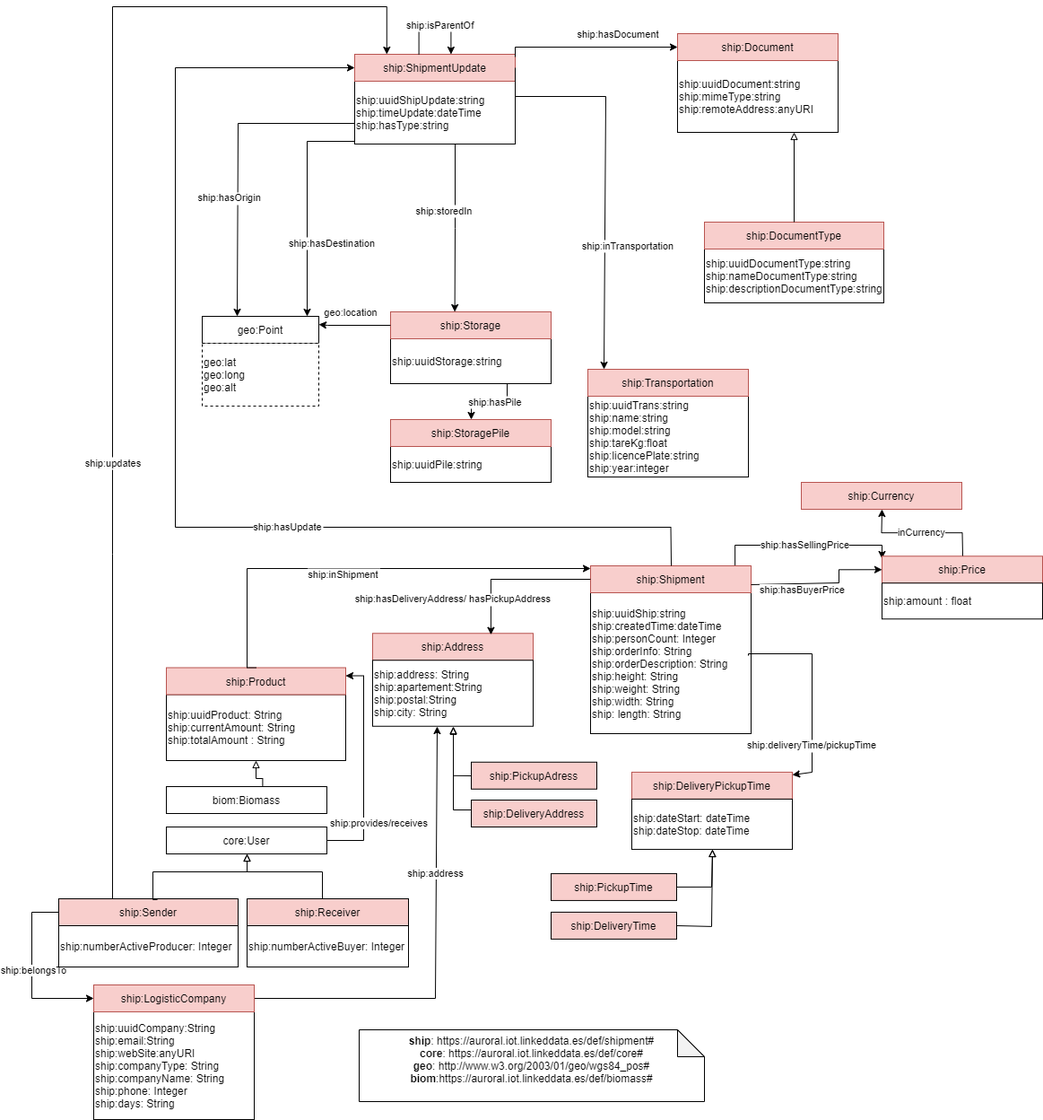
This is diagrams/shipment.png from oeg-upm/auroral-shipmentBiomass-ontology, a draw.io export, as it was before one commit. Source tidied: cells renumbered, new cells last; positions are measured from the earlier drawing's top-left corner, leaving out a move shared by most shapes.
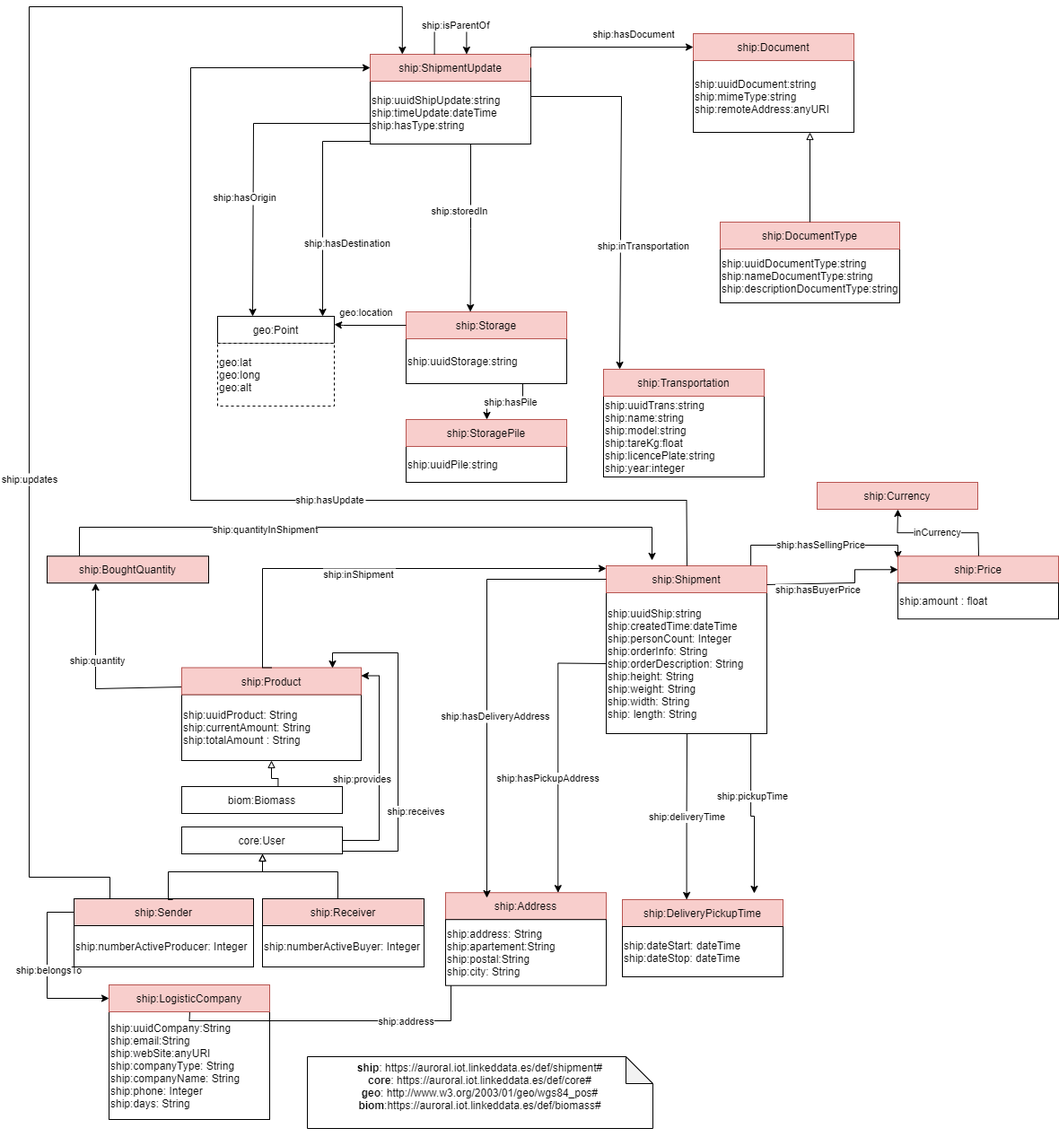
The same file after the commit.

Diff of the diagram source:
```diff
@@ -2,6 +2,36 @@
   <root>
     <mxCell id="0" />
     <mxCell id="1" parent="0" />
+    <mxCell id="70" style="edgeStyle=orthogonalEdgeStyle;rounded=0;jettySize=auto;html=1;entryX=0.7;entryY=0;entryDx=0;entryDy=0;" parent="1" edge="1" source="2" target="48">
+      <mxGeometry relative="1" as="geometry">
+        <Array as="points">
+          <mxPoint x="569" y="732" />
+        </Array>
+      </mxGeometry>
+    </mxCell>
+    <mxCell id="71" value="ship:hasPickupAddress" style="edgeLabel;html=1;align=center;verticalAlign=middle;" parent="70" vertex="1">
+      <mxGeometry x="-0.54" y="-2" relative="1" as="geometry">
+        <mxPoint x="-9.8" y="110.2" as="offset" />
+      </mxGeometry>
+    </mxCell>
+    <mxCell id="72" value="ship:deliveryTime" style="edgeStyle=orthogonalEdgeStyle;rounded=0;jettySize=auto;html=1;entryX=0.4;entryY=0;entryDx=0;entryDy=0;" parent="1" edge="1" source="2" target="55">
+      <mxGeometry relative="1" as="geometry">
+        <Array as="points">
+          <mxPoint x="713" y="902" />
+        </Array>
+      </mxGeometry>
+    </mxCell>
+    <mxCell id="73" style="edgeStyle=orthogonalEdgeStyle;rounded=0;jettySize=auto;html=1;entryX=0.821;entryY=-0.233;entryDx=0;entryDy=0;entryPerimeter=0;exitX=0.9;exitY=1;exitDx=0;exitDy=0;" parent="1" edge="1" source="2" target="55">
+      <mxGeometry relative="1" as="geometry">
+        <Array as="points">
+          <mxPoint x="784" y="902" />
+          <mxPoint x="788" y="902" />
+        </Array>
+      </mxGeometry>
+    </mxCell>
+    <mxCell id="74" value="ship:pickupTime" style="edgeLabel;html=1;align=center;verticalAlign=middle;" parent="73" vertex="1">
+      <mxGeometry x="-0.24" y="1" relative="1" as="geometry" />
+    </mxCell>
     <mxCell id="2" value="ship:uuidShip:string&lt;br&gt;ship:createdTime:dateTime&lt;br&gt;ship:personCount: Integer&lt;br&gt;ship:orderInfo: String&lt;br&gt;ship:orderDescription: String&lt;br&gt;ship:height: String&lt;br&gt;ship:weight: String&lt;br&gt;ship:width: String&lt;br&gt;ship: length: String&lt;br&gt;" style="rounded=0;whiteSpace=wrap;html=1;snapToPoint=1;points=[[0.1,0],[0.2,0],[0.3,0],[0.4,0],[0.5,0],[0.6,0],[0.7,0],[0.8,0],[0.9,0],[0,0.1],[0,0.3],[0,0.5],[0,0.7],[0,0.9],[0.1,1],[0.2,1],[0.3,1],[0.4,1],[0.5,1],[0.6,1],[0.7,1],[0.8,1],[0.9,1],[1,0.1],[1,0.3],[1,0.5],[1,0.7],[1,0.9]];align=left;" parent="1" vertex="1">
       <mxGeometry x="623" y="653" width="179" height="157" as="geometry" />
     </mxCell>
@@ -17,7 +47,7 @@
       <mxGeometry x="623" y="623" width="179" height="30" as="geometry" />
     </mxCell>
     <mxCell id="5" value="&lt;div&gt;&amp;nbsp;&lt;/div&gt;&lt;b&gt;ship&lt;/b&gt;:&amp;nbsp;https://auroral.iot.linkeddata.es/def/shipment#&lt;br&gt;&lt;b&gt;core&lt;/b&gt;:&amp;nbsp;https://auroral.iot.linkeddata.es/def/core#&lt;br&gt;&lt;b&gt;geo&lt;/b&gt;:&amp;nbsp;http://www.w3.org/2003/01/geo/wgs84_pos#&lt;br&gt;&lt;b&gt;biom&lt;/b&gt;:https://auroral.iot.linkeddata.es/def/biomass#&lt;br&gt;&lt;br&gt;&lt;div&gt;&lt;br&gt;&lt;/div&gt;" style="shape=note;whiteSpace=wrap;html=1;backgroundOutline=1;darkOpacity=0.05;" parent="1" vertex="1">
-      <mxGeometry x="365" y="1140" width="385" height="80" as="geometry" />
+      <mxGeometry x="290" y="1170" width="385" height="80" as="geometry" />
     </mxCell>
     <mxCell id="6" value="ship:uuidShipUpdate:string&lt;br&gt;ship:timeUpdate:dateTime&lt;br&gt;ship:hasType:string" style="rounded=0;whiteSpace=wrap;html=1;snapToPoint=1;points=[[0.1,0],[0.2,0],[0.3,0],[0.4,0],[0.5,0],[0.6,0],[0.7,0],[0.8,0],[0.9,0],[0,0.1],[0,0.3],[0,0.5],[0,0.7],[0,0.9],[0.1,1],[0.2,1],[0.3,1],[0.4,1],[0.5,1],[0.6,1],[0.7,1],[0.8,1],[0.9,1],[1,0.1],[1,0.3],[1,0.5],[1,0.7],[1,0.9]];align=left;" parent="1" vertex="1">
       <mxGeometry x="360" y="83" width="179" height="70" as="geometry" />
@@ -64,6 +94,16 @@
     <mxCell id="20" value="ship:uuidProduct: String&lt;br&gt;ship:currentAmount: String&lt;br&gt;ship:totalAmount : String&lt;br&gt;" style="rounded=0;whiteSpace=wrap;html=1;snapToPoint=1;points=[[0.1,0],[0.2,0],[0.3,0],[0.4,0],[0.5,0],[0.6,0],[0.7,0],[0.8,0],[0.9,0],[0,0.1],[0,0.3],[0,0.5],[0,0.7],[0,0.9],[0.1,1],[0.2,1],[0.3,1],[0.4,1],[0.5,1],[0.6,1],[0.7,1],[0.8,1],[0.9,1],[1,0.1],[1,0.3],[1,0.5],[1,0.7],[1,0.9]];align=left;" parent="1" vertex="1">
       <mxGeometry x="150" y="766.5" width="200" height="73.5" as="geometry" />
     </mxCell>
+    <mxCell id="75" style="edgeStyle=orthogonalEdgeStyle;rounded=0;jettySize=auto;html=1;entryX=0.3;entryY=1;entryDx=0;entryDy=0;" parent="1" edge="1" source="21" target="81">
+      <mxGeometry relative="1" as="geometry">
+        <Array as="points">
+          <mxPoint x="54" y="760" />
+        </Array>
+      </mxGeometry>
+    </mxCell>
+    <mxCell id="76" value="ship:quantity" style="edgeLabel;html=1;align=center;verticalAlign=middle;" parent="75" vertex="1">
+      <mxGeometry x="0.2" y="-1" relative="1" as="geometry" />
+    </mxCell>
     <mxCell id="21" value="ship:Product" style="rounded=0;whiteSpace=wrap;html=1;snapToPoint=1;points=[[0.1,0],[0.2,0],[0.3,0],[0.4,0],[0.5,0],[0.6,0],[0.7,0],[0.8,0],[0.9,0],[0,0.1],[0,0.3],[0,0.5],[0,0.7],[0,0.9],[0.1,1],[0.2,1],[0.3,1],[0.4,1],[0.5,1],[0.6,1],[0.7,1],[0.8,1],[0.9,1],[1,0.1],[1,0.3],[1,0.5],[1,0.7],[1,0.9]];fillColor=#f8cecc;strokeColor=#b85450;" parent="1" vertex="1">
       <mxGeometry x="150" y="736.5" width="200" height="30" as="geometry" />
     </mxCell>
@@ -78,9 +118,9 @@
         </Array>
       </mxGeometry>
     </mxCell>
-    <mxCell id="24" value="ship:provides/receives" style="edgeLabel;html=1;align=center;verticalAlign=middle;" parent="23" vertex="1">
+    <mxCell id="24" value="ship:provides" style="edgeLabel;html=1;align=center;verticalAlign=middle;" parent="23" vertex="1">
       <mxGeometry x="0.11" relative="1" as="geometry">
-        <mxPoint x="16" y="75" as="offset" />
+        <mxPoint x="-20" y="26" as="offset" />
       </mxGeometry>
     </mxCell>
     <mxCell id="25" value="core:User" style="rounded=0;whiteSpace=wrap;html=1;snapToPoint=1;points=[[0.1,0],[0.2,0],[0.3,0],[0.4,0],[0.5,0],[0.6,0],[0.7,0],[0.8,0],[0.9,0],[0,0.1],[0,0.3],[0,0.5],[0,0.7],[0,0.9],[0.1,1],[0.2,1],[0.3,1],[0.4,1],[0.5,1],[0.6,1],[0.7,1],[0.8,1],[0.9,1],[1,0.1],[1,0.3],[1,0.5],[1,0.7],[1,0.9]];" parent="1" vertex="1">
@@ -89,8 +129,8 @@
     <mxCell id="26" value="ship:hasUpdate" style="edgeStyle=orthogonalEdgeStyle;rounded=0;jettySize=auto;fontSize=11;endArrow=classic;endFill=1;" parent="1" edge="1" source="4" target="7">
       <mxGeometry x="-0.28" y="-1" relative="1" as="geometry">
         <Array as="points">
-          <mxPoint x="713" y="580" />
-          <mxPoint x="160" y="580" />
+          <mxPoint x="713" y="550" />
+          <mxPoint x="160" y="550" />
           <mxPoint x="160" y="68" />
         </Array>
       </mxGeometry>
@@ -121,8 +161,9 @@
     <mxCell id="30" value="ship:updates" style="edgeStyle=orthogonalEdgeStyle;rounded=0;jettySize=auto;fontSize=11;endArrow=classic;endFill=1;entryX=0.2;entryY=0;entryDx=0;entryDy=0;" parent="1" edge="1" source="43" target="7">
       <mxGeometry x="-0.28" y="-1" relative="1" as="geometry">
         <Array as="points">
-          <mxPoint x="90" y="610" />
-          <mxPoint x="90" />
+          <mxPoint x="70" y="970" />
+          <mxPoint x="-20" y="970" />
+          <mxPoint x="-20" />
           <mxPoint x="396" />
         </Array>
       </mxGeometry>
@@ -171,16 +212,18 @@
     <mxCell id="36" value="ship:uuidCompany:String&lt;br&gt;ship:email:String&lt;br&gt;ship:webSite:anyURI&lt;br&gt;ship:companyType: String&lt;br&gt;ship:companyName: String&lt;br&gt;ship:phone: Integer&lt;br&gt;ship:days: String" style="rounded=0;whiteSpace=wrap;html=1;align=left;" parent="1" vertex="1">
       <mxGeometry x="69" y="1120" width="179" height="120" as="geometry" />
     </mxCell>
-    <mxCell id="37" style="edgeStyle=orthogonalEdgeStyle;rounded=0;jettySize=auto;html=1;" parent="1" edge="1" source="39" target="49">
+    <mxCell id="37" style="edgeStyle=orthogonalEdgeStyle;rounded=0;jettySize=auto;html=1;entryX=0.4;entryY=1;entryDx=0;entryDy=0;" parent="1" edge="1" source="39" target="48">
       <mxGeometry relative="1" as="geometry">
         <Array as="points">
-          <mxPoint x="450" y="1105" />
+          <mxPoint x="159" y="1130" />
+          <mxPoint x="450" y="1130" />
+          <mxPoint x="450" y="1017" />
         </Array>
       </mxGeometry>
     </mxCell>
     <mxCell id="38" value="ship:address" style="edgeLabel;html=1;align=center;verticalAlign=middle;" parent="37" vertex="1">
       <mxGeometry x="0.18" y="-3" relative="1" as="geometry">
-        <mxPoint x="-4.1" y="-42.1" as="offset" />
+        <mxPoint x="-32.5" y="-3" as="offset" />
       </mxGeometry>
     </mxCell>
     <mxCell id="39" value="ship:LogisticCompany" style="rounded=0;whiteSpace=wrap;html=1;snapToPoint=1;points=[[0.1,0],[0.2,0],[0.3,0],[0.4,0],[0.5,0],[0.6,0],[0.7,0],[0.8,0],[0.9,0],[0,0.1],[0,0.3],[0,0.5],[0,0.7],[0,0.9],[0.1,1],[0.2,1],[0.3,1],[0.4,1],[0.5,1],[0.6,1],[0.7,1],[0.8,1],[0.9,1],[1,0.1],[1,0.3],[1,0.5],[1,0.7],[1,0.9]];fillColor=#f8cecc;strokeColor=#b85450;" parent="1" vertex="1">
@@ -234,75 +277,24 @@
       </mxGeometry>
     </mxCell>
     <mxCell id="48" value="ship:Address" style="rounded=0;whiteSpace=wrap;html=1;snapToPoint=1;points=[[0.1,0],[0.2,0],[0.3,0],[0.4,0],[0.5,0],[0.6,0],[0.7,0],[0.8,0],[0.9,0],[0,0.1],[0,0.3],[0,0.5],[0,0.7],[0,0.9],[0.1,1],[0.2,1],[0.3,1],[0.4,1],[0.5,1],[0.6,1],[0.7,1],[0.8,1],[0.9,1],[1,0.1],[1,0.3],[1,0.5],[1,0.7],[1,0.9]];fillColor=#F8CECC;strokeColor=#b85450;" parent="1" vertex="1">
-      <mxGeometry x="380" y="698.2" width="179" height="30" as="geometry" />
+      <mxGeometry x="444" y="987.2" width="179" height="30" as="geometry" />
     </mxCell>
     <mxCell id="49" value="ship:address: String&lt;br&gt;ship:apartement:String&lt;br&gt;ship:postal:String&lt;br&gt;ship:city: String" style="rounded=0;whiteSpace=wrap;html=1;snapToPoint=1;points=[[0.1,0],[0.2,0],[0.3,0],[0.4,0],[0.5,0],[0.6,0],[0.7,0],[0.8,0],[0.9,0],[0,0.1],[0,0.3],[0,0.5],[0,0.7],[0,0.9],[0.1,1],[0.2,1],[0.3,1],[0.4,1],[0.5,1],[0.6,1],[0.7,1],[0.8,1],[0.9,1],[1,0.1],[1,0.3],[1,0.5],[1,0.7],[1,0.9]];align=left;" parent="1" vertex="1">
-      <mxGeometry x="380" y="728.2" width="179" height="73.5" as="geometry" />
+      <mxGeometry x="444" y="1017.2" width="179" height="73.5" as="geometry" />
     </mxCell>
-    <mxCell id="50" value="ship:PickupAdress" style="rounded=0;whiteSpace=wrap;html=1;snapToPoint=1;points=[[0.1,0],[0.2,0],[0.3,0],[0.4,0],[0.5,0],[0.6,0],[0.7,0],[0.8,0],[0.9,0],[0,0.1],[0,0.3],[0,0.5],[0,0.7],[0,0.9],[0.1,1],[0.2,1],[0.3,1],[0.4,1],[0.5,1],[0.6,1],[0.7,1],[0.8,1],[0.9,1],[1,0.1],[1,0.3],[1,0.5],[1,0.7],[1,0.9]];fillColor=#F8CECC;" parent="1" vertex="1">
-      <mxGeometry x="490" y="841.8" width="140" height="30" as="geometry" />
-    </mxCell>
-    <mxCell id="51" value="ship:DeliveryAddress" style="rounded=0;whiteSpace=wrap;html=1;fillColor=#F8CECC;" parent="1" vertex="1">
-      <mxGeometry x="490" y="884" width="140" height="30" as="geometry" />
-    </mxCell>
-    <mxCell id="52" style="edgeStyle=orthogonalEdgeStyle;rounded=0;orthogonalLoop=1;jettySize=auto;html=1;fontSize=11;endArrow=block;endFill=0;" parent="1" edge="1">
-      <mxGeometry relative="1" as="geometry">
-        <mxPoint x="490" y="895" as="sourcePoint" />
-        <mxPoint x="470" y="802.8" as="targetPoint" />
-        <Array as="points">
-          <mxPoint x="470" y="895" />
-        </Array>
-      </mxGeometry>
-    </mxCell>
-    <mxCell id="53" value="ship:hasDeliveryAddress/ hasPickupAddress" style="edgeStyle=orthogonalEdgeStyle;rounded=0;jettySize=auto;fontSize=11;endArrow=classic;endFill=1;exitX=0;exitY=0.5;exitDx=0;exitDy=0;entryX=0.737;entryY=0.05;entryDx=0;entryDy=0;entryPerimeter=0;" parent="1" edge="1" source="4" target="48">
-      <mxGeometry x="0.54" y="-42" relative="1" as="geometry">
+    <mxCell id="53" value="ship:hasDeliveryAddress" style="edgeStyle=orthogonalEdgeStyle;rounded=0;jettySize=auto;fontSize=11;endArrow=classic;endFill=1;exitX=0;exitY=0.5;exitDx=0;exitDy=0;entryX=0.257;entryY=0.193;entryDx=0;entryDy=0;entryPerimeter=0;" parent="1" edge="1" source="4" target="48">
+      <mxGeometry x="0.17" y="10" relative="1" as="geometry">
         <Array as="points">
-          <mxPoint x="512" y="638" />
+          <mxPoint x="490" y="638" />
         </Array>
       </mxGeometry>
     </mxCell>
-    <mxCell id="54" style="edgeStyle=orthogonalEdgeStyle;rounded=0;jettySize=auto;html=1;fontSize=11;endArrow=block;endFill=0;" parent="1" edge="1" source="50" target="49">
-      <mxGeometry relative="1" as="geometry">
-        <Array as="points">
-          <mxPoint x="470" y="857" />
-        </Array>
-      </mxGeometry>
-    </mxCell>
     <mxCell id="55" value="ship:DeliveryPickupTime" style="rounded=0;whiteSpace=wrap;html=1;snapToPoint=1;points=[[0.1,0],[0.2,0],[0.3,0],[0.4,0],[0.5,0],[0.6,0],[0.7,0],[0.8,0],[0.9,0],[0,0.1],[0,0.3],[0,0.5],[0,0.7],[0,0.9],[0.1,1],[0.2,1],[0.3,1],[0.4,1],[0.5,1],[0.6,1],[0.7,1],[0.8,1],[0.9,1],[1,0.1],[1,0.3],[1,0.5],[1,0.7],[1,0.9]];fillColor=#F8CECC;strokeColor=#b85450;" parent="1" vertex="1">
-      <mxGeometry x="669" y="852.9" width="179" height="30" as="geometry" />
+      <mxGeometry x="641" y="995" width="179" height="30" as="geometry" />
     </mxCell>
-    <mxCell id="56" value="ship:deliveryTime/pickupTime" style="edgeStyle=orthogonalEdgeStyle;rounded=0;jettySize=auto;fontSize=11;endArrow=classic;endFill=1;exitX=0.983;exitY=0.446;exitDx=0;exitDy=0;exitPerimeter=0;" parent="1" edge="1" source="2" target="55">
-      <mxGeometry x="0.54" relative="1" as="geometry">
-        <Array as="points">
-          <mxPoint x="799" y="721" />
-          <mxPoint x="870" y="721" />
-          <mxPoint x="870" y="853" />
-        </Array>
-      </mxGeometry>
-    </mxCell>
     <mxCell id="57" value="ship:dateStart: dateTime&lt;br&gt;ship:dateStop: dateTime" style="rounded=0;whiteSpace=wrap;html=1;snapToPoint=1;points=[[0.1,0],[0.2,0],[0.3,0],[0.4,0],[0.5,0],[0.6,0],[0.7,0],[0.8,0],[0.9,0],[0,0.1],[0,0.3],[0,0.5],[0,0.7],[0,0.9],[0.1,1],[0.2,1],[0.3,1],[0.4,1],[0.5,1],[0.6,1],[0.7,1],[0.8,1],[0.9,1],[1,0.1],[1,0.3],[1,0.5],[1,0.7],[1,0.9]];align=left;" parent="1" vertex="1">
-      <mxGeometry x="669" y="882.9" width="179" height="56" as="geometry" />
+      <mxGeometry x="641" y="1025" width="179" height="56" as="geometry" />
     </mxCell>
-    <mxCell id="58" value="ship:PickupTime" style="rounded=0;whiteSpace=wrap;html=1;snapToPoint=1;points=[[0.1,0],[0.2,0],[0.3,0],[0.4,0],[0.5,0],[0.6,0],[0.7,0],[0.8,0],[0.9,0],[0,0.1],[0,0.3],[0,0.5],[0,0.7],[0,0.9],[0.1,1],[0.2,1],[0.3,1],[0.4,1],[0.5,1],[0.6,1],[0.7,1],[0.8,1],[0.9,1],[1,0.1],[1,0.3],[1,0.5],[1,0.7],[1,0.9]];fillColor=#F8CECC;" parent="1" vertex="1">
-      <mxGeometry x="579" y="965.9" width="140" height="30" as="geometry" />
-    </mxCell>
-    <mxCell id="59" value="ship:DeliveryTime" style="rounded=0;whiteSpace=wrap;html=1;snapToPoint=1;points=[[0.1,0],[0.2,0],[0.3,0],[0.4,0],[0.5,0],[0.6,0],[0.7,0],[0.8,0],[0.9,0],[0,0.1],[0,0.3],[0,0.5],[0,0.7],[0,0.9],[0.1,1],[0.2,1],[0.3,1],[0.4,1],[0.5,1],[0.6,1],[0.7,1],[0.8,1],[0.9,1],[1,0.1],[1,0.3],[1,0.5],[1,0.7],[1,0.9]];fillColor=#F8CECC;" parent="1" vertex="1">
-      <mxGeometry x="579" y="1008.9" width="140" height="30" as="geometry" />
-    </mxCell>
-    <mxCell id="60" style="edgeStyle=orthogonalEdgeStyle;rounded=0;jettySize=auto;html=1;fontSize=11;endArrow=block;endFill=0;exitX=1;exitY=0.5;exitDx=0;exitDy=0;" parent="1" edge="1" source="58" target="57">
-      <mxGeometry relative="1" as="geometry">
-        <Array as="points">
-          <mxPoint x="758" y="980.9" />
-        </Array>
-      </mxGeometry>
-    </mxCell>
-    <mxCell id="61" style="edgeStyle=orthogonalEdgeStyle;rounded=0;jettySize=auto;html=1;fontSize=11;endArrow=block;endFill=0;" parent="1" edge="1" source="59" target="57">
-      <mxGeometry relative="1" as="geometry">
-        <Array as="points">
-          <mxPoint x="758" y="1024.9" />
-        </Array>
-      </mxGeometry>
-    </mxCell>
     <mxCell id="62" value="ship:Price" style="rounded=0;whiteSpace=wrap;html=1;snapToPoint=1;points=[[0.1,0],[0.2,0],[0.3,0],[0.4,0],[0.5,0],[0.6,0],[0.7,0],[0.8,0],[0.9,0],[0,0.1],[0,0.3],[0,0.5],[0,0.7],[0,0.9],[0.1,1],[0.2,1],[0.3,1],[0.4,1],[0.5,1],[0.6,1],[0.7,1],[0.8,1],[0.9,1],[1,0.1],[1,0.3],[1,0.5],[1,0.7],[1,0.9]];fillColor=#F8CECC;strokeColor=#b85450;" parent="1" vertex="1">
       <mxGeometry x="948" y="612.2" width="179" height="30" as="geometry" />
     </mxCell>
@@ -337,5 +329,33 @@
         </Array>
       </mxGeometry>
     </mxCell>
+    <mxCell id="77" style="edgeStyle=orthogonalEdgeStyle;rounded=0;jettySize=auto;html=1;entryX=0.84;entryY=0.017;entryDx=0;entryDy=0;entryPerimeter=0;" parent="1" edge="1" source="25" target="21">
+      <mxGeometry relative="1" as="geometry">
+        <Array as="points">
+          <mxPoint x="391" y="941" />
+          <mxPoint x="391" y="720" />
+          <mxPoint x="318" y="720" />
+        </Array>
+      </mxGeometry>
+    </mxCell>
+    <mxCell id="78" value="ship:receives" style="edgeLabel;html=1;align=center;verticalAlign=middle;" parent="77" vertex="1">
+      <mxGeometry x="0.11" relative="1" as="geometry">
+        <mxPoint x="19" y="100.9" as="offset" />
+      </mxGeometry>
+    </mxCell>
+    <mxCell id="79" style="edgeStyle=orthogonalEdgeStyle;rounded=0;jettySize=auto;html=1;entryX=0.285;entryY=-0.2;entryDx=0;entryDy=0;entryPerimeter=0;exitX=0.2;exitY=0;exitDx=0;exitDy=0;" parent="1" edge="1" source="81" target="4">
+      <mxGeometry relative="1" as="geometry">
+        <Array as="points">
+          <mxPoint x="36" y="580" />
+          <mxPoint x="674" y="580" />
+        </Array>
+      </mxGeometry>
+    </mxCell>
+    <mxCell id="80" value="ship:quantityInShipment" style="edgeLabel;html=1;align=center;verticalAlign=middle;" parent="79" vertex="1">
+      <mxGeometry x="-0.32" y="-2" relative="1" as="geometry" />
+    </mxCell>
+    <mxCell id="81" value="ship:BoughtQuantity" style="rounded=0;whiteSpace=wrap;html=1;snapToPoint=1;points=[[0.1,0],[0.2,0],[0.3,0],[0.4,0],[0.5,0],[0.6,0],[0.7,0],[0.8,0],[0.9,0],[0,0.1],[0,0.3],[0,0.5],[0,0.7],[0,0.9],[0.1,1],[0.2,1],[0.3,1],[0.4,1],[0.5,1],[0.6,1],[0.7,1],[0.8,1],[0.9,1],[1,0.1],[1,0.3],[1,0.5],[1,0.7],[1,0.9]];fillColor=#F8CECC;" parent="1" vertex="1">
+      <mxGeometry y="612.2" width="180" height="30" as="geometry" />
+    </mxCell>
   </root>
 </mxGraphModel>
```
